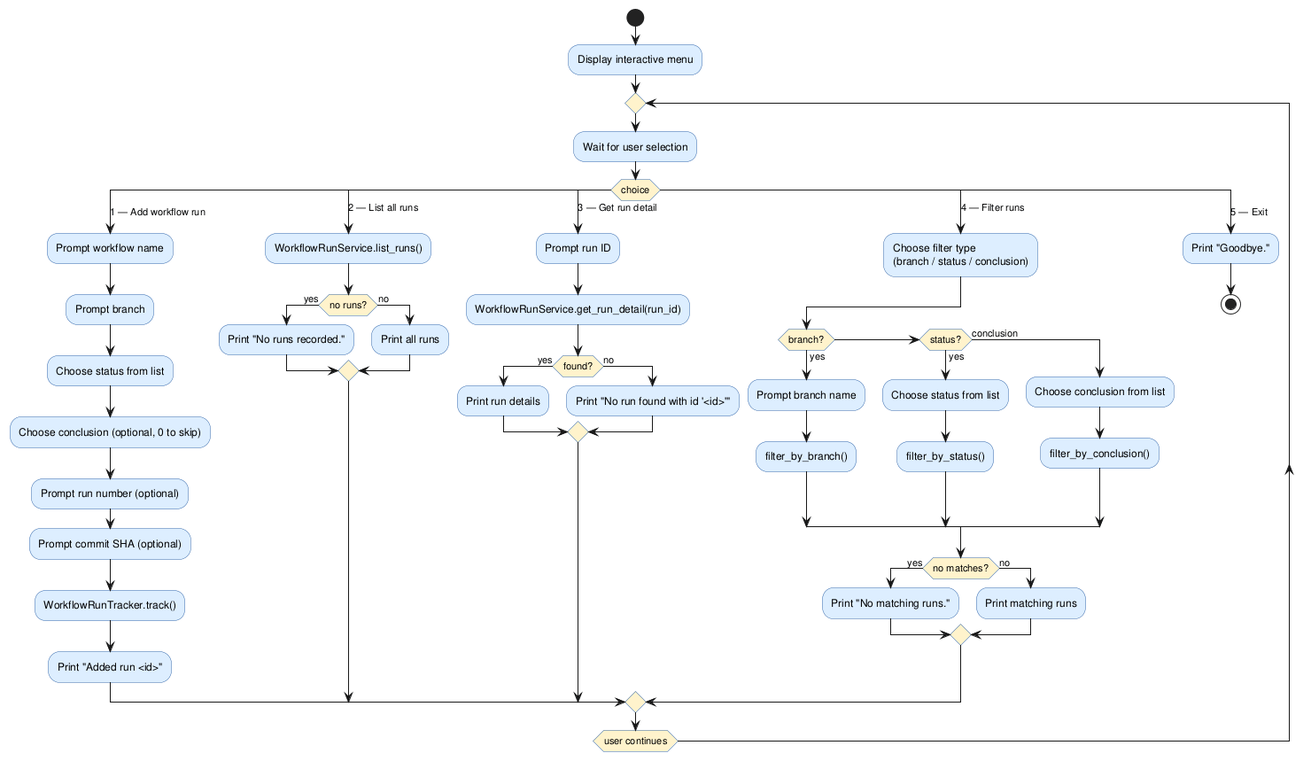
Above: experiments/broadcast/test_driven/github-workflow-manager/artifacts/activity_diagram_interactive.png in DanielRiha8906/Software_autoevolution_using_agents (PlantUML), before the change.
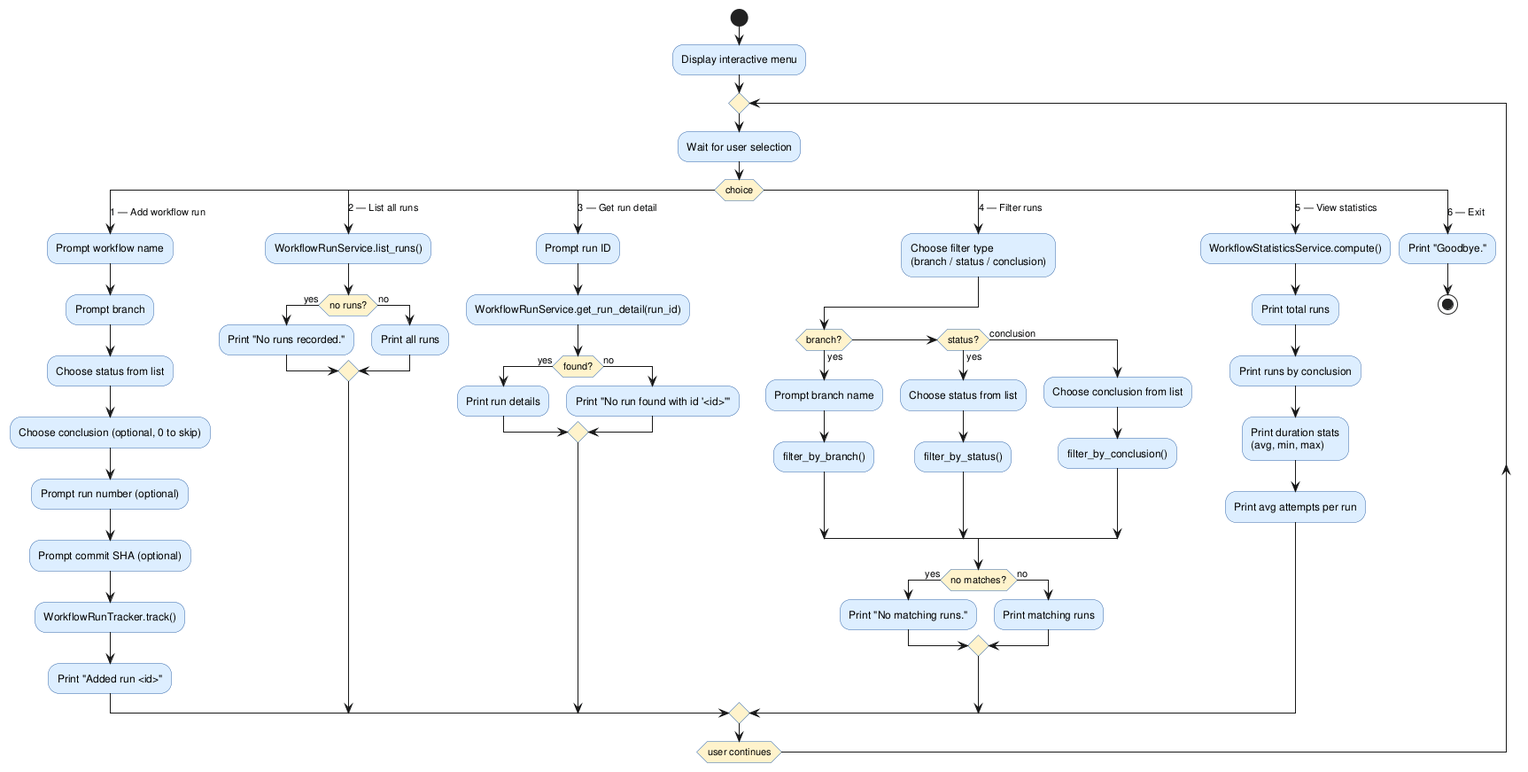
After the commit.

Change to the diagram source:
```diff
@@ -59,7 +59,14 @@
         :Print matching runs;
       endif
 
-    case (5 — Exit)
+    case (5 — View statistics)
+      :WorkflowStatisticsService.compute();
+      :Print total runs;
+      :Print runs by conclusion;
+      :Print duration stats\n(avg, min, max);
+      :Print avg attempts per run;
+
+    case (6 — Exit)
       :Print "Goodbye.";
       stop
 
```
